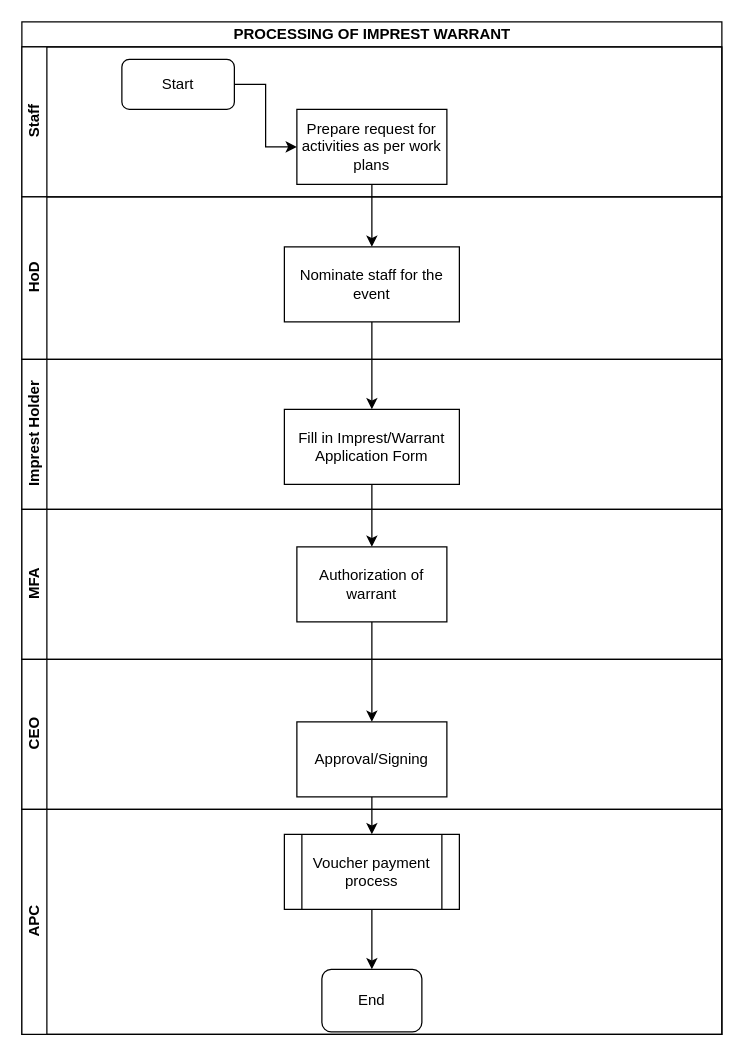
Above: LC-FIN-Processing of Imprest Warrants.drawio in kmagua/flowcharts (draw.io), before the change. Source tidied: cells renumbered, new cells numbered last; positions are measured from the earlier drawing's top-left corner, leaving out a move shared by most shapes. Both pictures are drawn from the tidied source at 125%, with x=0, y=0 at pixel (21, 21).
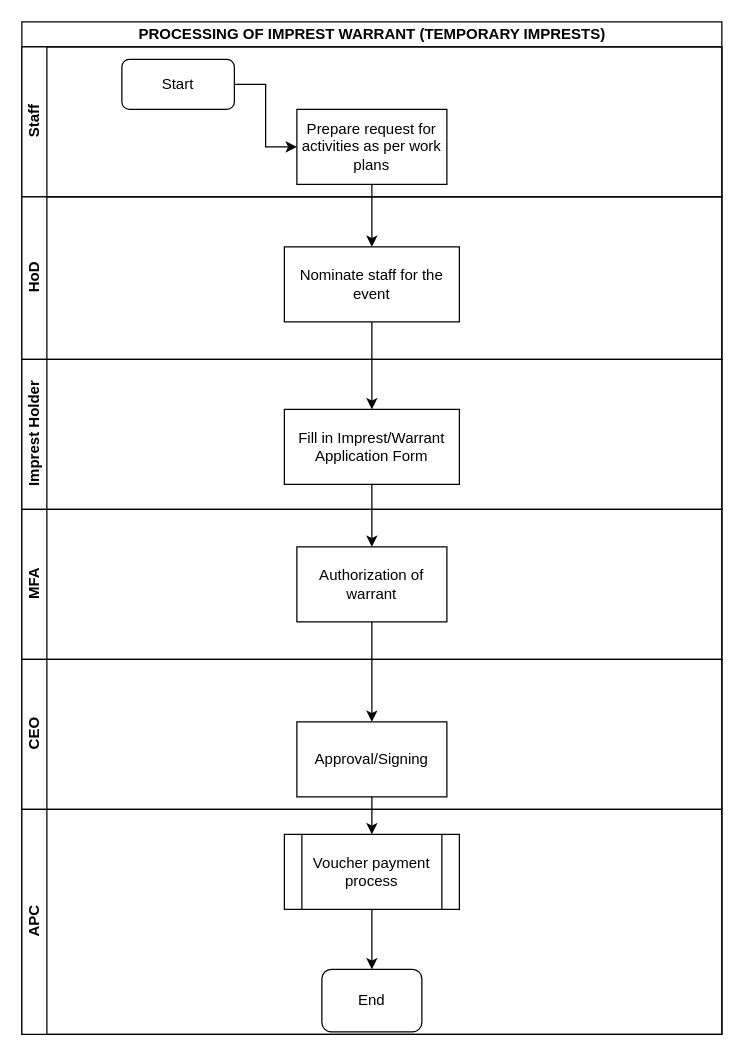
After the change.

What changed in the source:
```diff
@@
-    <mxCell id="2" value="PROCESSING OF IMPREST WARRANT" style="swimlane;html=1;horizontal=1;startSize=20;" parent="1" vertex="1">
+    <mxCell id="2" value="PROCESSING OF IMPREST WARRANT (TEMPORARY IMPRESTS)" style="swimlane;html=1;horizontal=1;startSize=20;" parent="1" vertex="1">
       <mxGeometry width="560" height="810" as="geometry" />
     </mxCell>
```
